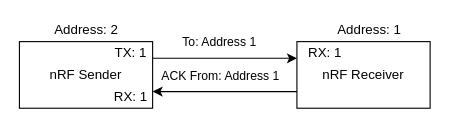
petrica/martinescu keeps this draw.io diagram as static/diagrams/homio-two-nrf-diagram.drawio. Above is the earlier version. Source tidied: cells renumbered, new cells numbered last; positions are measured from the earlier drawing's top-left corner, leaving out a move shared by most shapes. Both pictures are drawn from the tidied source at 111%, with x=0, y=0 at pixel (19, 19).
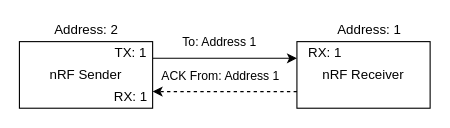
After the change.

Change to the diagram source:
```diff
@@
 <mxGraphModel>
   <root>
     <mxCell id="0" />
     <mxCell id="1" parent="0" />
     <mxCell id="2" value="To: Address 1" style="edgeStyle=orthogonalEdgeStyle;rounded=0;jettySize=auto;html=1;entryX=0;entryY=0.25;entryDx=0;entryDy=0;exitX=1;exitY=0.25;exitDx=0;exitDy=0;" parent="1" edge="1" source="6" target="3">
       <mxGeometry x="-0.08" y="15" relative="1" as="geometry" />
     </mxCell>
     <mxCell id="3" value="nRF Receiver" style="rounded=0;whiteSpace=wrap;html=1;align=center;" parent="1" vertex="1">
       <mxGeometry x="250" y="20" width="120" height="60" as="geometry" />
     </mxCell>
-    <mxCell id="4" style="edgeStyle=orthogonalEdgeStyle;rounded=0;jettySize=auto;html=1;exitX=0;exitY=0.75;exitDx=0;exitDy=0;entryX=1;entryY=0.75;entryDx=0;entryDy=0;" parent="1" edge="1" source="3" target="6">
+    <mxCell id="4" style="edgeStyle=orthogonalEdgeStyle;rounded=0;jettySize=auto;html=1;exitX=0;exitY=0.75;exitDx=0;exitDy=0;entryX=1;entryY=0.75;entryDx=0;entryDy=0;dashed=1;" parent="1" edge="1" source="3" target="6">
       <mxGeometry relative="1" as="geometry" />
     </mxCell>
     <mxCell id="5" value="ACK From: Address 1" style="edgeLabel;html=1;align=center;verticalAlign=middle;" parent="4" vertex="1">
       <mxGeometry x="0.15" relative="1" as="geometry">
         <mxPoint x="5" y="-15" as="offset" />
       </mxGeometry>
     </mxCell>
     <mxCell id="6" value="nRF Sender" style="rounded=0;whiteSpace=wrap;html=1;align=center;" parent="1" vertex="1">
       <mxGeometry y="20" width="120" height="60" as="geometry" />
     </mxCell>
     <mxCell id="7" value="Address: 2" style="text;html=1;align=center;verticalAlign=middle;strokeColor=none;" parent="1" vertex="1">
       <mxGeometry x="25" width="70" height="20" as="geometry" />
     </mxCell>
     <mxCell id="8" value="Address: 1" style="text;html=1;align=center;verticalAlign=middle;strokeColor=none;" parent="1" vertex="1">
       <mxGeometry x="280" width="70" height="20" as="geometry" />
     </mxCell>
     <mxCell id="9" value="RX: 1" style="text;html=1;align=center;verticalAlign=middle;strokeColor=none;" parent="1" vertex="1">
       <mxGeometry x="250" y="20" width="50" height="20" as="geometry" />
     </mxCell>
     <mxCell id="10" value="TX: 1" style="text;html=1;align=center;verticalAlign=middle;strokeColor=none;" parent="1" vertex="1">
       <mxGeometry x="80" y="20" width="40" height="20" as="geometry" />
     </mxCell>
     <mxCell id="11" value="RX: 1" style="text;html=1;align=center;verticalAlign=middle;strokeColor=none;" parent="1" vertex="1">
       <mxGeometry x="75" y="60" width="50" height="20" as="geometry" />
     </mxCell>
   </root>
 </mxGraphModel>
```
